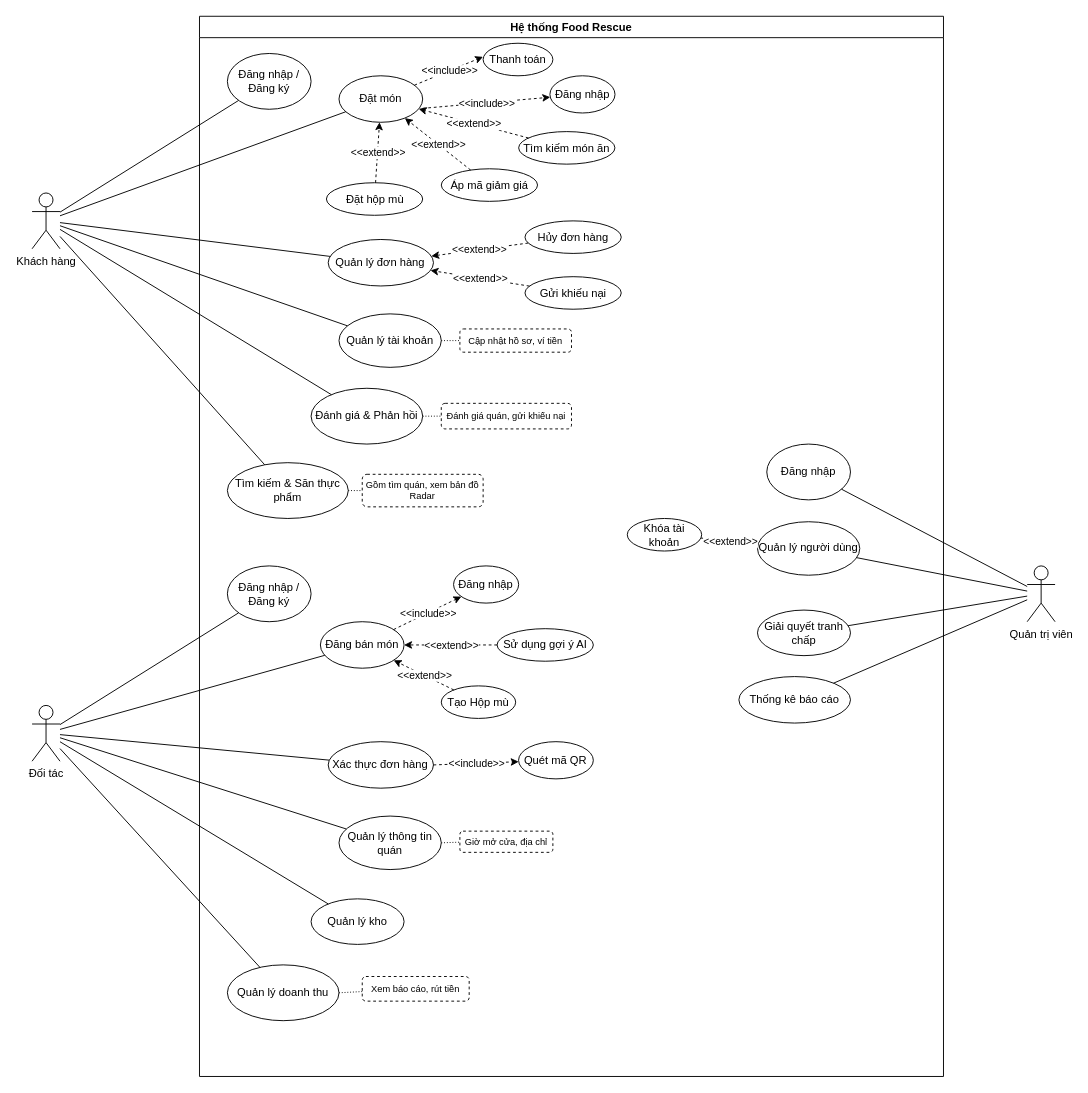
This is food-rescue/ucd-food-rescue.drawio from shin-client/drawio, a draw.io file, before an edit. Source tidied: cells renumbered, new cells numbered last; positions are measured from the earlier drawing's top-left corner, leaving out a move shared by most shapes. Both pictures are drawn from the tidied source at 93%, with x=0, y=0 at pixel (32, 16).
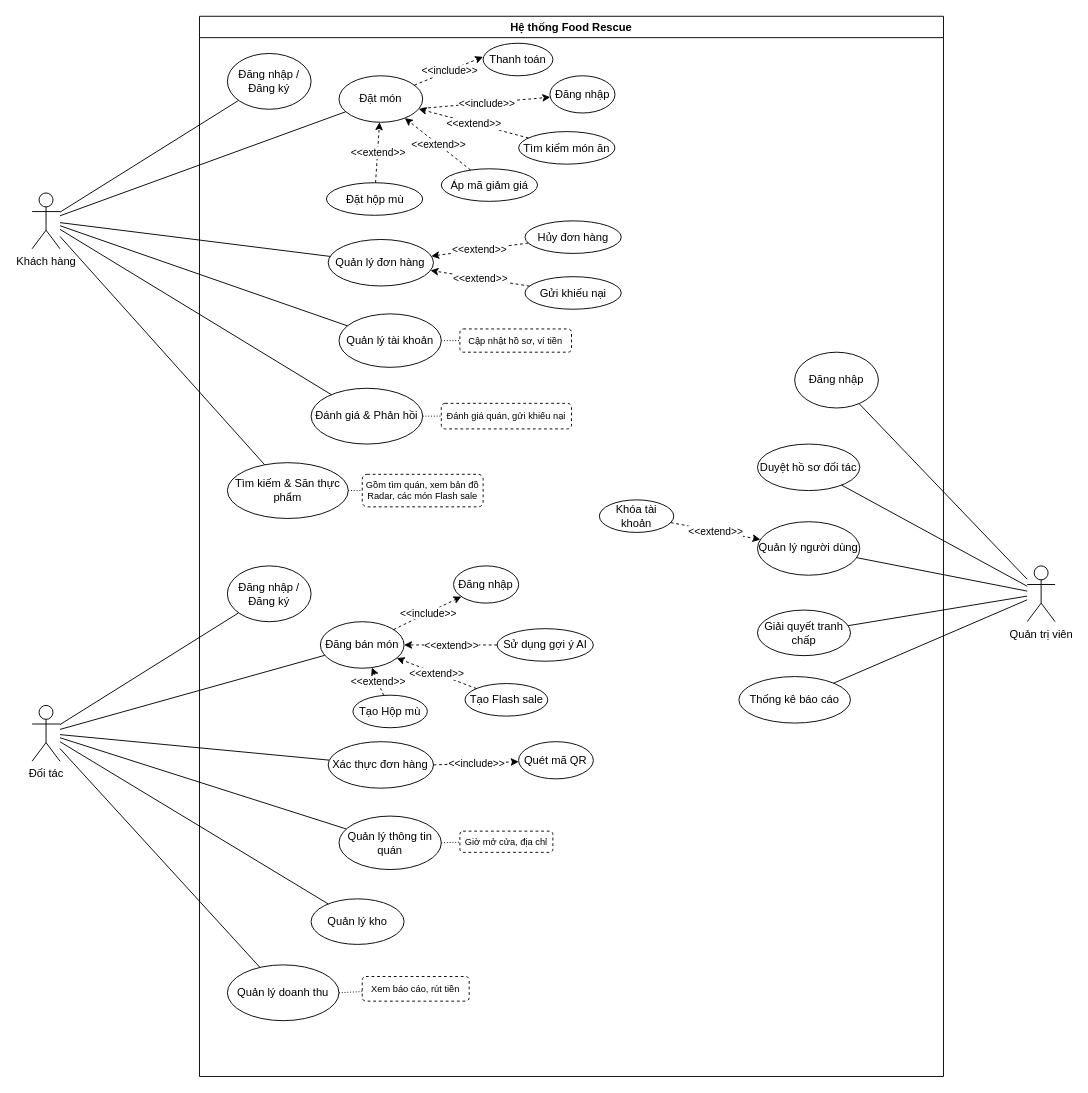
The same diagram, later.

The change refers to these unchanged cells:
```xml
<mxCell id="2" value="Hệ thống Food Rescue" style="swimlane;whiteSpace=wrap;html=1;" parent="1" vertex="1">
  <mxGeometry x="180" width="800" height="1140" as="geometry" />
</mxCell>
<mxCell id="37" value="Đăng bán món" style="ellipse;whiteSpace=wrap;html=1;" parent="2" vertex="1">
  <mxGeometry x="130" y="651" width="90" height="50" as="geometry" />
</mxCell>
<mxCell id="79" value="Quản trị viên" style="shape=umlActor;verticalLabelPosition=bottom;verticalAlign=top;html=1;outlineConnect=0;" parent="1" vertex="1">
  <mxGeometry x="1070" y="591" width="30" height="60" as="geometry" />
</mxCell>
```

Diff of the diagram source:
```diff
@@
-    <mxCell id="12" value="Gồm tìm quán, xem bản đồ Radar" style="rounded=1;whiteSpace=wrap;html=1;labelBorderColor=none;dashed=1;fontSize=10;" parent="2" vertex="1">
+    <mxCell id="12" value="Gồm tìm quán, xem bản đồ Radar, các món Flash sale" style="rounded=1;whiteSpace=wrap;html=1;labelBorderColor=none;dashed=1;fontSize=10;" parent="2" vertex="1">
       <mxGeometry x="175" y="492.5" width="130" height="35" as="geometry" />
     </mxCell>
@@
     <mxCell id="51" value="Tạo Hộp mù" style="ellipse;whiteSpace=wrap;html=1;" parent="2" vertex="1">
-      <mxGeometry x="260" y="720" width="80" height="35" as="geometry" />
+      <mxGeometry x="165" y="730" width="80" height="35" as="geometry" />
     </mxCell>
@@
     <mxCell id="65" value="Đăng nhập" style="ellipse;whiteSpace=wrap;html=1;" parent="2" vertex="1">
-      <mxGeometry x="610" y="460" width="90" height="60" as="geometry" />
+      <mxGeometry x="640" y="361.2" width="90" height="60" as="geometry" />
     </mxCell>
@@
     <mxCell id="69" value="Khóa tài khoản" style="ellipse;whiteSpace=wrap;html=1;" parent="2" vertex="1">
-      <mxGeometry x="460" y="540" width="80" height="35" as="geometry" />
+      <mxGeometry x="430" y="520" width="80" height="35" as="geometry" />
     </mxCell>
@@
+    <mxCell id="84" value="Duyệt hồ sơ đối tác" style="ellipse;whiteSpace=wrap;html=1;" parent="2" vertex="1">
+      <mxGeometry x="600" y="460" width="110" height="50" as="geometry" />
+    </mxCell>
+    <mxCell id="85" value="Tạo Flash sale" style="ellipse;whiteSpace=wrap;html=1;" parent="2" vertex="1">
+      <mxGeometry x="285.5" y="717.5" width="89" height="35" as="geometry" />
+    </mxCell>
+    <mxCell id="86" style="endArrow=classic;html=1;rounded=0;dashed=1;" parent="2" edge="1" source="85" target="37">
+      <mxGeometry relative="1" as="geometry" />
+    </mxCell>
+    <mxCell id="87" value="&amp;lt;&amp;lt;extend&amp;gt;&amp;gt;" style="edgeLabel;html=1;align=center;verticalAlign=middle;" parent="86" vertex="1">
+      <mxGeometry relative="1" as="geometry" />
+    </mxCell>
@@
+    <mxCell id="88" style="endArrow=none;html=1;rounded=0;" parent="1" edge="1" source="84" target="79">
+      <mxGeometry relative="1" as="geometry" />
+    </mxCell>
```
